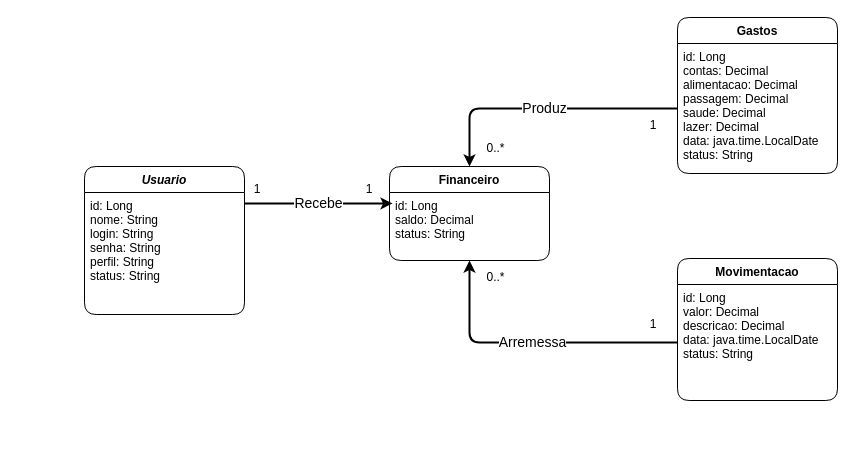
Earlier version of the draw.io diagram angular-e-springboot/diagrama.drawio (Tatacobr/colaboradevs). Source tidied: cells renumbered, new cells numbered last; positions are measured from the earlier drawing's top-left corner, leaving out a move shared by most shapes. Both pictures are drawn from the tidied source at 100%, with x=0, y=0 at pixel (84, 17).
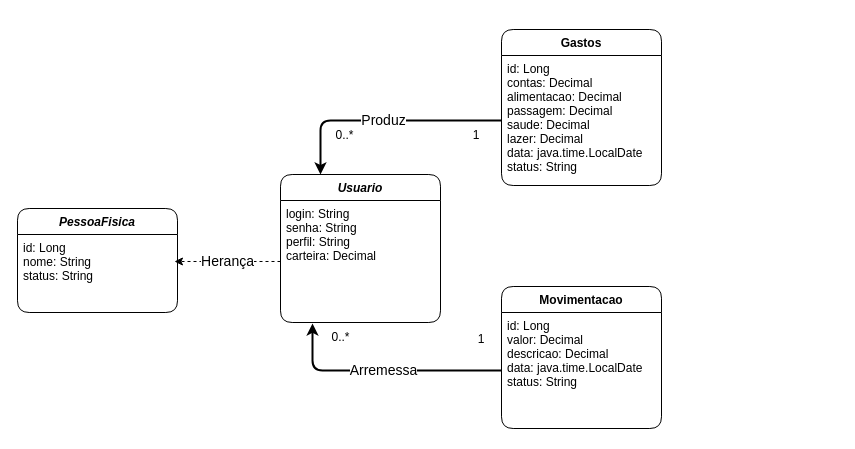
The same page after the edit.

The edit, as a diff of the source:
```diff
@@
 <mxGraphModel>
   <root>
     <mxCell id="0" />
     <mxCell id="1" parent="0" />
-    <mxCell id="2" value="&lt;font style=&quot;font-size: 14px;&quot;&gt;Recebe&lt;/font&gt;" style="edgeStyle=orthogonalEdgeStyle;rounded=1;jettySize=auto;html=1;exitX=1;exitY=0.25;exitDx=0;exitDy=0;entryX=0.019;entryY=0.177;entryDx=0;entryDy=0;entryPerimeter=0;shadow=0;strokeColor=default;strokeWidth=2;" parent="1" edge="1" source="3" target="6">
-      <mxGeometry relative="1" as="geometry" />
-    </mxCell>
     <mxCell id="3" value="Usuario" style="swimlane;fontStyle=3;align=center;verticalAlign=top;horizontal=1;startSize=26;rounded=1;shadow=0;strokeWidth=1;labelBackgroundColor=none;" parent="1" vertex="1">
-      <mxGeometry y="149" width="160" height="148" as="geometry" />
+      <mxGeometry x="196" y="157" width="160" height="148" as="geometry" />
     </mxCell>
-    <mxCell id="4" value="id: Long&#10;nome: String&#10;login: String&#10;senha: String&#10;perfil: String&#10;status: String" style="text;align=left;verticalAlign=top;spacingLeft=4;spacingRight=4;overflow=hidden;points=[[0,0.5],[1,0.5]];portConstraint=eastwest;labelBackgroundColor=none;rounded=1;" parent="3" vertex="1">
+    <mxCell id="4" value="login: String&#10;senha: String&#10;perfil: String&#10;carteira: Decimal" style="text;align=left;verticalAlign=top;spacingLeft=4;spacingRight=4;overflow=hidden;points=[[0,0.5],[1,0.5]];portConstraint=eastwest;labelBackgroundColor=none;rounded=1;" parent="3" vertex="1">
       <mxGeometry y="26" width="160" height="122" as="geometry" />
     </mxCell>
-    <mxCell id="5" value="Financeiro" style="swimlane;fontStyle=1;align=center;verticalAlign=top;horizontal=1;startSize=26;rounded=1;shadow=0;strokeWidth=1;labelBackgroundColor=none;" parent="1" vertex="1">
-      <mxGeometry x="305" y="149" width="160" height="94" as="geometry" />
-    </mxCell>
-    <mxCell id="6" value="id: Long&#10;saldo: Decimal&#10;status: String" style="text;align=left;verticalAlign=top;spacingLeft=4;spacingRight=4;overflow=hidden;points=[[0,0.5],[1,0.5]];portConstraint=eastwest;labelBackgroundColor=none;rounded=1;" parent="5" vertex="1">
-      <mxGeometry y="26" width="160" height="62" as="geometry" />
-    </mxCell>
     <mxCell id="7" value="Gastos" style="swimlane;fontStyle=1;align=center;verticalAlign=top;horizontal=1;startSize=26;rounded=1;shadow=0;strokeWidth=1;labelBackgroundColor=none;" parent="1" vertex="1">
-      <mxGeometry x="593" width="160" height="156" as="geometry" />
+      <mxGeometry x="417" y="12" width="160" height="156" as="geometry" />
     </mxCell>
     <mxCell id="8" value="id: Long&#10;contas: Decimal&#10;alimentacao: Decimal&#10;passagem: Decimal&#10;saude: Decimal&#10;lazer: Decimal&#10;data: java.time.LocalDate&#10;status: String" style="text;align=left;verticalAlign=top;spacingLeft=4;spacingRight=4;overflow=hidden;points=[[0,0.5],[1,0.5]];portConstraint=eastwest;labelBackgroundColor=none;rounded=1;" parent="7" vertex="1">
       <mxGeometry y="26" width="160" height="130" as="geometry" />
     </mxCell>
-    <mxCell id="9" value="1" style="text;strokeColor=none;align=center;fillColor=none;html=1;verticalAlign=middle;whiteSpace=wrap;rounded=0;" parent="1" vertex="1">
-      <mxGeometry x="143" y="157" width="60" height="30" as="geometry" />
-    </mxCell>
     <mxCell id="10" value="0..*" style="text;html=1;align=center;verticalAlign=middle;strokeColor=none;fillColor=none;" parent="1" vertex="1">
-      <mxGeometry x="393" y="247" width="36" height="26" as="geometry" />
+      <mxGeometry x="238" y="307" width="36" height="26" as="geometry" />
     </mxCell>
     <mxCell id="11" value="Movimentacao" style="swimlane;fontStyle=1;align=center;verticalAlign=top;horizontal=1;startSize=26;rounded=1;shadow=0;strokeWidth=1;labelBackgroundColor=none;" parent="1" vertex="1">
-      <mxGeometry x="593" y="241" width="160" height="142" as="geometry" />
+      <mxGeometry x="417" y="269" width="160" height="142" as="geometry" />
     </mxCell>
     <mxCell id="12" value="id: Long&#10;valor: Decimal&#10;descricao: Decimal&#10;data: java.time.LocalDate&#10;status: String" style="text;align=left;verticalAlign=top;spacingLeft=4;spacingRight=4;overflow=hidden;points=[[0,0.5],[1,0.5]];portConstraint=eastwest;labelBackgroundColor=none;rounded=1;" parent="11" vertex="1">
       <mxGeometry y="26" width="160" height="116" as="geometry" />
     </mxCell>
-    <mxCell id="13" value="Arremessa" style="edgeStyle=orthogonalEdgeStyle;rounded=1;jettySize=auto;html=1;exitX=0;exitY=0.5;exitDx=0;exitDy=0;entryX=0.5;entryY=1;entryDx=0;entryDy=0;shadow=0;strokeColor=default;strokeWidth=2;fontSize=14;" parent="1" edge="1" source="12" target="5">
+    <mxCell id="13" value="Arremessa" style="edgeStyle=orthogonalEdgeStyle;rounded=1;jettySize=auto;html=1;exitX=0;exitY=0.5;exitDx=0;exitDy=0;entryX=0.2;entryY=1.008;entryDx=0;entryDy=0;shadow=0;strokeColor=default;strokeWidth=2;fontSize=14;entryPerimeter=0;" parent="1" edge="1" source="12" target="4">
       <mxGeometry relative="1" as="geometry" />
     </mxCell>
-    <mxCell id="14" value="Produz" style="edgeStyle=orthogonalEdgeStyle;rounded=1;jettySize=auto;html=1;exitX=0;exitY=0.5;exitDx=0;exitDy=0;entryX=0.5;entryY=0;entryDx=0;entryDy=0;shadow=0;strokeColor=default;strokeWidth=2;fontSize=14;" parent="1" edge="1" source="8" target="5">
+    <mxCell id="14" value="Produz" style="edgeStyle=orthogonalEdgeStyle;rounded=1;jettySize=auto;html=1;exitX=0;exitY=0.5;exitDx=0;exitDy=0;entryX=0.25;entryY=0;entryDx=0;entryDy=0;shadow=0;strokeColor=default;strokeWidth=2;fontSize=14;" parent="1" edge="1" source="8" target="3">
       <mxGeometry relative="1" as="geometry" />
     </mxCell>
     <mxCell id="15" value="0..*" style="text;html=1;align=center;verticalAlign=middle;strokeColor=none;fillColor=none;" parent="1" vertex="1">
-      <mxGeometry x="393" y="118" width="36" height="26" as="geometry" />
+      <mxGeometry x="242" y="105" width="36" height="26" as="geometry" />
     </mxCell>
-    <mxCell id="16" value="1" style="text;strokeColor=none;align=center;fillColor=none;html=1;verticalAlign=middle;whiteSpace=wrap;rounded=0;" parent="1" vertex="1">
-      <mxGeometry x="255" y="157" width="60" height="30" as="geometry" />
-    </mxCell>
     <mxCell id="17" value="1" style="text;strokeColor=none;align=center;fillColor=none;html=1;verticalAlign=middle;whiteSpace=wrap;rounded=0;" parent="1" vertex="1">
-      <mxGeometry x="539" y="292" width="60" height="30" as="geometry" />
+      <mxGeometry x="367" y="307" width="60" height="30" as="geometry" />
     </mxCell>
     <mxCell id="18" value="1" style="text;strokeColor=none;align=center;fillColor=none;html=1;verticalAlign=middle;whiteSpace=wrap;rounded=0;" parent="1" vertex="1">
-      <mxGeometry x="539" y="93" width="60" height="30" as="geometry" />
+      <mxGeometry x="362" y="103" width="60" height="30" as="geometry" />
     </mxCell>
+    <mxCell id="19" value="PessoaFisica" style="swimlane;fontStyle=3;align=center;verticalAlign=top;horizontal=1;startSize=26;rounded=1;shadow=0;strokeWidth=1;labelBackgroundColor=none;" parent="1" vertex="1">
+      <mxGeometry x="-67" y="191" width="160" height="104" as="geometry" />
+    </mxCell>
+    <mxCell id="20" value="id: Long&#10;nome: String&#10;status: String" style="text;align=left;verticalAlign=top;spacingLeft=4;spacingRight=4;overflow=hidden;points=[[0,0.5],[1,0.5]];portConstraint=eastwest;labelBackgroundColor=none;rounded=1;" parent="19" vertex="1">
+      <mxGeometry y="26" width="160" height="78" as="geometry" />
+    </mxCell>
+    <mxCell id="21" value="Herança" style="edgeStyle=orthogonalEdgeStyle;rounded=1;jettySize=auto;html=1;entryX=0.981;entryY=0.346;entryDx=0;entryDy=0;entryPerimeter=0;shadow=0;strokeColor=default;strokeWidth=1;fontSize=14;dashed=1;" parent="1" edge="1" source="4" target="20">
+      <mxGeometry relative="1" as="geometry" />
+    </mxCell>
   </root>
 </mxGraphModel>
```
